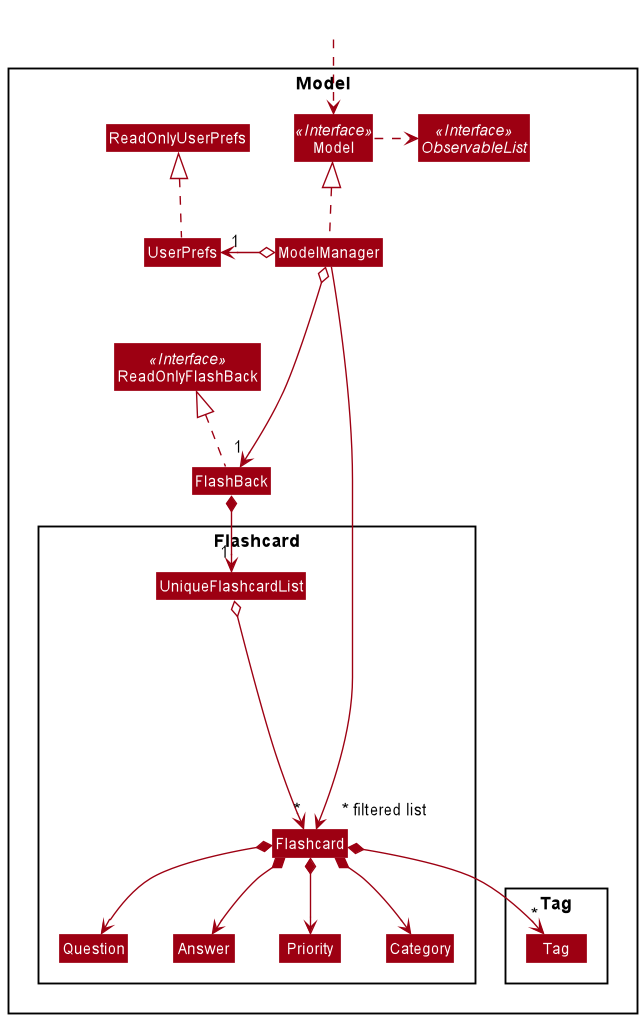
This is docs/images/ModelClassDiagram.png from nus-cs2103-AY2021S2/tp, a PlantUML export, as it was before one commit.
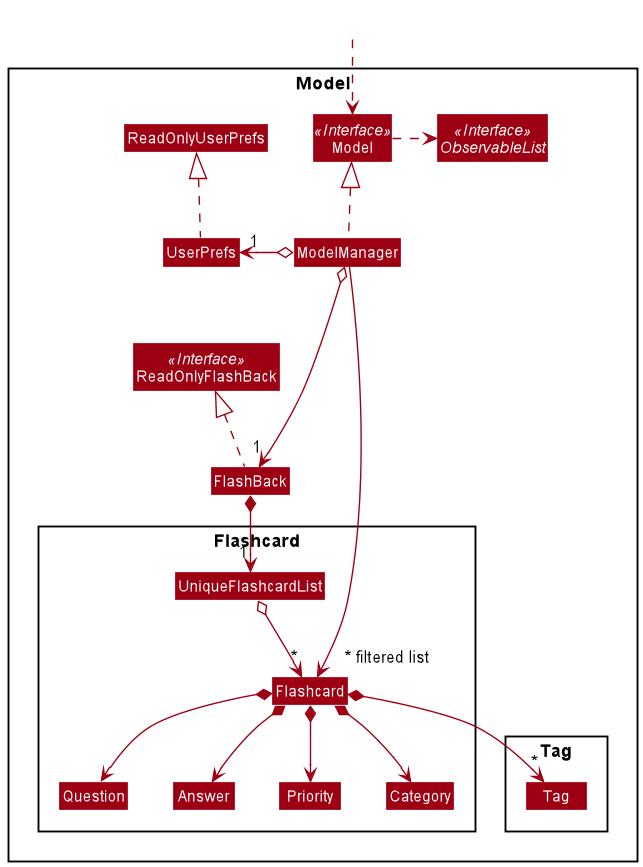
The same diagram one commit later.

Diff of the diagram source:
```diff
@@ -41,7 +41,7 @@
 UserPrefs .up.|> ReadOnlyUserPrefs
 
 FlashBack *--> "1" UniqueFlashcardList
-UniqueFlashcardList o----> "*"Flashcard
+UniqueFlashcardList o--> "*"Flashcard
 Flashcard *--> Question
 Flashcard *--> Answer
 Flashcard *--> Category
@@ -52,5 +52,5 @@
 Answer -[hidden]right-> Priority
 Priority -[hidden]right-> Category
 
-ModelManager ------>" ~* filtered list" Flashcard
+ModelManager -->" ~* filtered list" Flashcard
 @enduml
```
